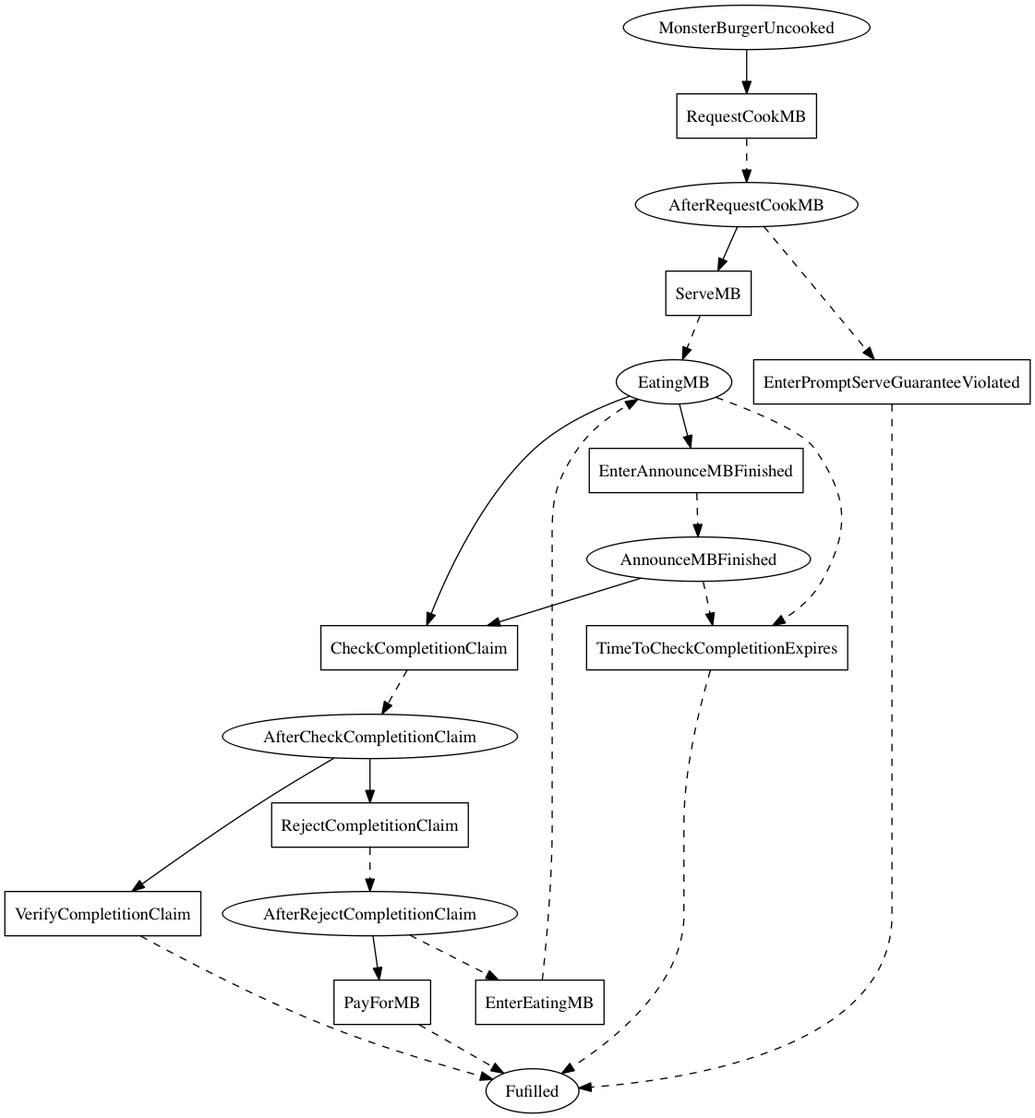
Marcao02/complaw-deeptech keeps this Graphviz diagram as linear_state_machine_language/pyL4/examples_graphviz_gen/toy_and_teaching/monster_burger_program_only.png. Above is the earlier version. Its source is kept beside it as linear_state_machine_language/pyL4/examples_graphviz_gen/toy_and_teaching/monster_burger_program_only.dot.
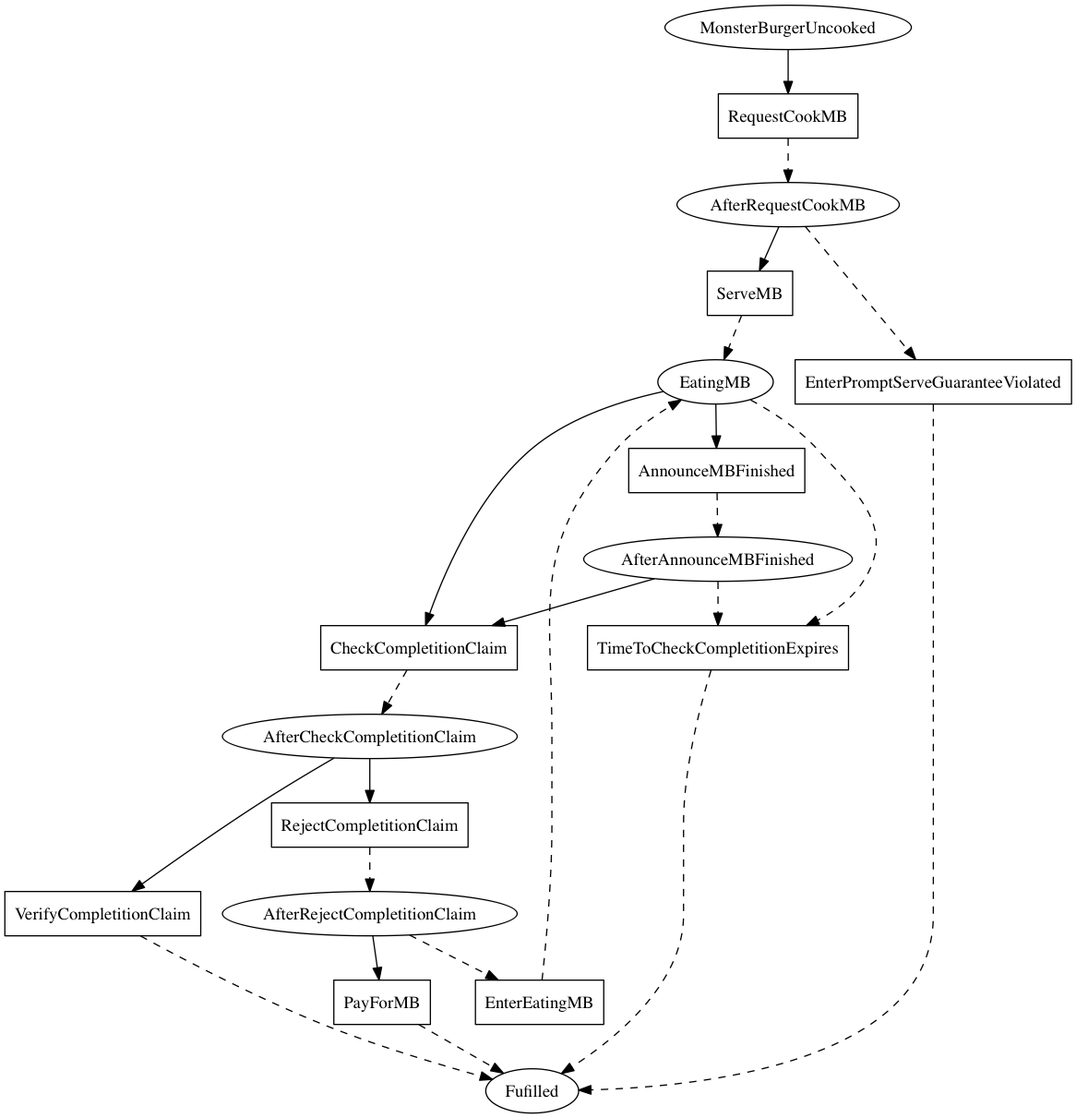
Above is the later version.

Change to the diagram source:
```diff
@@ -4,7 +4,7 @@
     MonsterBurgerUncooked[label=MonsterBurgerUncooked];
 	AfterRequestCookMB[label=AfterRequestCookMB];
 	EatingMB[label=EatingMB];
-	AnnounceMBFinished[label=AnnounceMBFinished];
+	AfterAnnounceMBFinished[label=AfterAnnounceMBFinished];
 	AfterCheckCompletitionClaim[label=AfterCheckCompletitionClaim];
 	AfterRejectCompletitionClaim[label=AfterRejectCompletitionClaim]
 
@@ -13,7 +13,7 @@
 	ServeMB[label=ServeMB,shape=box];
 	EnterPromptServeGuaranteeViolated[label=EnterPromptServeGuaranteeViolated,shape=box];
 	EnterEatingMB[label=EnterEatingMB,shape=box];
-	EnterAnnounceMBFinished[label=EnterAnnounceMBFinished,shape=box];
+	AnnounceMBFinished[label=AnnounceMBFinished,shape=box];
 	TimeToCheckCompletitionExpires[label=TimeToCheckCompletitionExpires,shape=box];
 	CheckCompletitionClaim[label=CheckCompletitionClaim,shape=box];
 	RejectCompletitionClaim[label=RejectCompletitionClaim,shape=box];
@@ -25,11 +25,11 @@
     MonsterBurgerUncooked -> RequestCookMB;
 	AfterRequestCookMB -> ServeMB;
 	AfterRequestCookMB -> EnterPromptServeGuaranteeViolated [style=dashed];
-	EatingMB -> EnterAnnounceMBFinished;
+	EatingMB -> AnnounceMBFinished;
 	EatingMB -> CheckCompletitionClaim;
 	EatingMB -> TimeToCheckCompletitionExpires [style=dashed];
-	AnnounceMBFinished -> CheckCompletitionClaim;
-	AnnounceMBFinished -> TimeToCheckCompletitionExpires [style=dashed];
+	AfterAnnounceMBFinished -> CheckCompletitionClaim;
+	AfterAnnounceMBFinished -> TimeToCheckCompletitionExpires [style=dashed];
 	AfterCheckCompletitionClaim -> VerifyCompletitionClaim;
 	AfterCheckCompletitionClaim -> RejectCompletitionClaim;
 	AfterRejectCompletitionClaim -> EnterEatingMB [style=dashed];
@@ -39,7 +39,7 @@
 	ServeMB -> EatingMB [style=dashed];
 	EnterPromptServeGuaranteeViolated -> Fulfilled [style=dashed];
 	EnterEatingMB -> EatingMB [style=dashed];
-	EnterAnnounceMBFinished -> AnnounceMBFinished [style=dashed];
+	AnnounceMBFinished -> AfterAnnounceMBFinished [style=dashed];
 	TimeToCheckCompletitionExpires -> Fulfilled [style=dashed];
 	CheckCompletitionClaim -> AfterCheckCompletitionClaim [style=dashed];
 	RejectCompletitionClaim -> AfterRejectCompletitionClaim [style=dashed];
```
